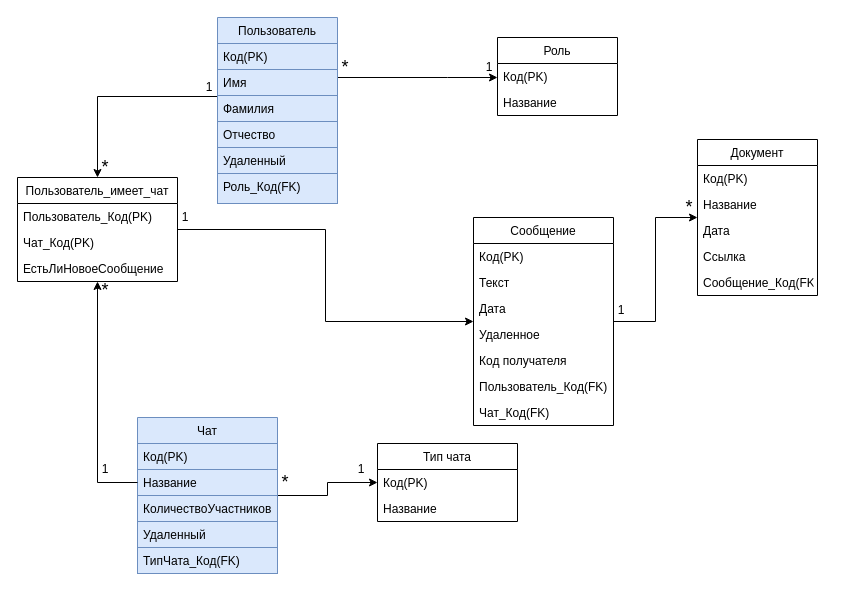
Before: Diploma/Диплом/Картинки/3/Логическая схема БД.drawio in Kniger33/Institute, a draw.io diagram. Source tidied: cells renumbered, new cells numbered last; positions are measured from the earlier drawing's top-left corner, leaving out a move shared by most shapes. Both pictures are drawn from the tidied source at 100%, with x=0, y=0 at pixel (17, 17).
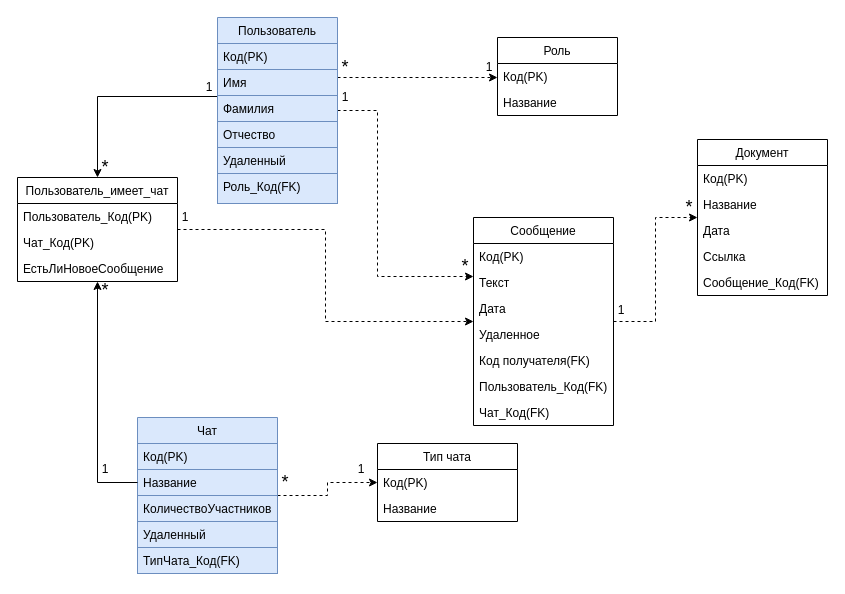
The same page after the edit.

The change refers to these unchanged cells:
```xml
<mxCell id="4" value="Пользователь" style="swimlane;fontStyle=0;horizontal=1;startSize=26;fillColor=#dae8fc;strokeColor=#6c8ebf;" parent="1" vertex="1">
  <mxGeometry x="200" width="120" height="186" as="geometry" />
</mxCell>
<mxCell id="11" value="Роль" style="swimlane;fontStyle=0;horizontal=1;startSize=26;fillColor=none;" parent="1" vertex="1">
  <mxGeometry x="480" y="20" width="120" height="78" as="geometry" />
</mxCell>
<mxCell id="17" value="Пользователь_имеет_чат" style="swimlane;fontStyle=0;horizontal=1;startSize=26;fillColor=none;" parent="1" vertex="1">
  <mxGeometry y="160" width="160" height="104" as="geometry" />
</mxCell>
<mxCell id="24" value="Чат" style="swimlane;fontStyle=0;horizontal=1;startSize=26;fillColor=#dae8fc;strokeColor=#6c8ebf;" parent="1" vertex="1">
  <mxGeometry x="120" y="400" width="140" height="156" as="geometry" />
</mxCell>
<mxCell id="34" value="Сообщение" style="swimlane;fontStyle=0;horizontal=1;startSize=26;fillColor=none;" parent="1" vertex="1">
  <mxGeometry x="456" y="200" width="140" height="208" as="geometry" />
</mxCell>
<mxCell id="51" value="Тип чата" style="swimlane;fontStyle=0;horizontal=1;startSize=26;fillColor=none;" parent="1" vertex="1">
  <mxGeometry x="360" y="426" width="140" height="78" as="geometry" />
</mxCell>
```

Change to the diagram source:
```diff
@@
-    <mxCell id="2" style="edgeStyle=orthogonalEdgeStyle;rounded=0;jettySize=auto;html=1;" parent="1" edge="1" source="4" target="11">
+    <mxCell id="2" style="edgeStyle=orthogonalEdgeStyle;rounded=0;jettySize=auto;html=1;dashed=1;" parent="1" edge="1" source="4" target="11">
       <mxGeometry relative="1" as="geometry">
         <Array as="points">
           <mxPoint x="430" y="60" />
           <mxPoint x="430" y="60" />
         </Array>
       </mxGeometry>
     </mxCell>
@@
+    <mxCell id="56" style="edgeStyle=orthogonalEdgeStyle;rounded=0;jettySize=auto;html=1;dashed=1;" parent="1" edge="1" source="4" target="34">
+      <mxGeometry relative="1" as="geometry">
+        <Array as="points">
+          <mxPoint x="360" y="93" />
+          <mxPoint x="360" y="259" />
+        </Array>
+      </mxGeometry>
+    </mxCell>
@@
-    <mxCell id="16" style="edgeStyle=orthogonalEdgeStyle;rounded=0;jettySize=auto;html=1;" parent="1" edge="1" source="17" target="34">
+    <mxCell id="16" style="edgeStyle=orthogonalEdgeStyle;rounded=0;jettySize=auto;html=1;dashed=1;" parent="1" edge="1" source="17" target="34">
       <mxGeometry relative="1" as="geometry" />
     </mxCell>
@@
-    <mxCell id="23" style="edgeStyle=orthogonalEdgeStyle;rounded=0;jettySize=auto;html=1;" parent="1" edge="1" source="24" target="51">
+    <mxCell id="23" style="edgeStyle=orthogonalEdgeStyle;rounded=0;jettySize=auto;html=1;dashed=1;" parent="1" edge="1" source="24" target="51">
       <mxGeometry relative="1" as="geometry" />
     </mxCell>
@@
-    <mxCell id="33" style="edgeStyle=orthogonalEdgeStyle;rounded=0;jettySize=auto;html=1;" parent="1" edge="1" source="34" target="42">
+    <mxCell id="33" style="edgeStyle=orthogonalEdgeStyle;rounded=0;jettySize=auto;html=1;dashed=1;" parent="1" edge="1" source="34" target="42">
       <mxGeometry relative="1" as="geometry" />
     </mxCell>
@@
-    <mxCell id="39" value="Код получателя" style="text;strokeColor=none;fillColor=none;align=left;verticalAlign=top;spacingLeft=4;spacingRight=4;overflow=hidden;" parent="34" vertex="1">
+    <mxCell id="39" value="Код получателя(FK)" style="text;strokeColor=none;fillColor=none;align=left;verticalAlign=top;spacingLeft=4;spacingRight=4;overflow=hidden;" parent="34" vertex="1">
       <mxGeometry y="130" width="140" height="26" as="geometry" />
     </mxCell>
@@
     <mxCell id="42" value="Документ" style="swimlane;fontStyle=0;horizontal=1;startSize=26;fillColor=none;" parent="1" vertex="1">
-      <mxGeometry x="680" y="122" width="120" height="156" as="geometry" />
+      <mxGeometry x="680" y="122" width="130" height="156" as="geometry" />
     </mxCell>
     <mxCell id="43" value="Код(PK)" style="text;strokeColor=none;fillColor=none;align=left;verticalAlign=top;spacingLeft=4;spacingRight=4;overflow=hidden;" parent="42" vertex="1">
-      <mxGeometry y="26" width="120" height="26" as="geometry" />
+      <mxGeometry y="26" width="130" height="26" as="geometry" />
     </mxCell>
     <mxCell id="44" value="Название" style="text;strokeColor=none;fillColor=none;align=left;verticalAlign=top;spacingLeft=4;spacingRight=4;overflow=hidden;" parent="42" vertex="1">
-      <mxGeometry y="52" width="120" height="26" as="geometry" />
+      <mxGeometry y="52" width="130" height="26" as="geometry" />
     </mxCell>
     <mxCell id="45" value="Дата" style="text;strokeColor=none;fillColor=none;align=left;verticalAlign=top;spacingLeft=4;spacingRight=4;overflow=hidden;" parent="42" vertex="1">
-      <mxGeometry y="78" width="120" height="26" as="geometry" />
+      <mxGeometry y="78" width="130" height="26" as="geometry" />
     </mxCell>
     <mxCell id="46" value="Ссылка" style="text;strokeColor=none;fillColor=none;align=left;verticalAlign=top;spacingLeft=4;spacingRight=4;overflow=hidden;" parent="42" vertex="1">
-      <mxGeometry y="104" width="120" height="26" as="geometry" />
+      <mxGeometry y="104" width="130" height="26" as="geometry" />
     </mxCell>
     <mxCell id="47" value="Сообщение_Код(FK)" style="text;strokeColor=none;fillColor=none;align=left;verticalAlign=top;spacingLeft=4;spacingRight=4;overflow=hidden;" parent="42" vertex="1">
-      <mxGeometry y="130" width="120" height="26" as="geometry" />
+      <mxGeometry y="130" width="130" height="26" as="geometry" />
     </mxCell>
@@
+    <mxCell id="57" value="1" style="text;html=1;strokeColor=none;fillColor=none;align=center;verticalAlign=middle;whiteSpace=wrap;rounded=0;" parent="1" vertex="1">
+      <mxGeometry x="320" y="70" width="16" height="20" as="geometry" />
+    </mxCell>
+    <mxCell id="58" value="&lt;font style=&quot;font-size: 18px&quot;&gt;*&lt;/font&gt;" style="text;html=1;align=center;verticalAlign=middle;whiteSpace=wrap;rounded=0;" parent="1" vertex="1">
+      <mxGeometry x="440" y="239" width="16" height="20" as="geometry" />
+    </mxCell>
```
